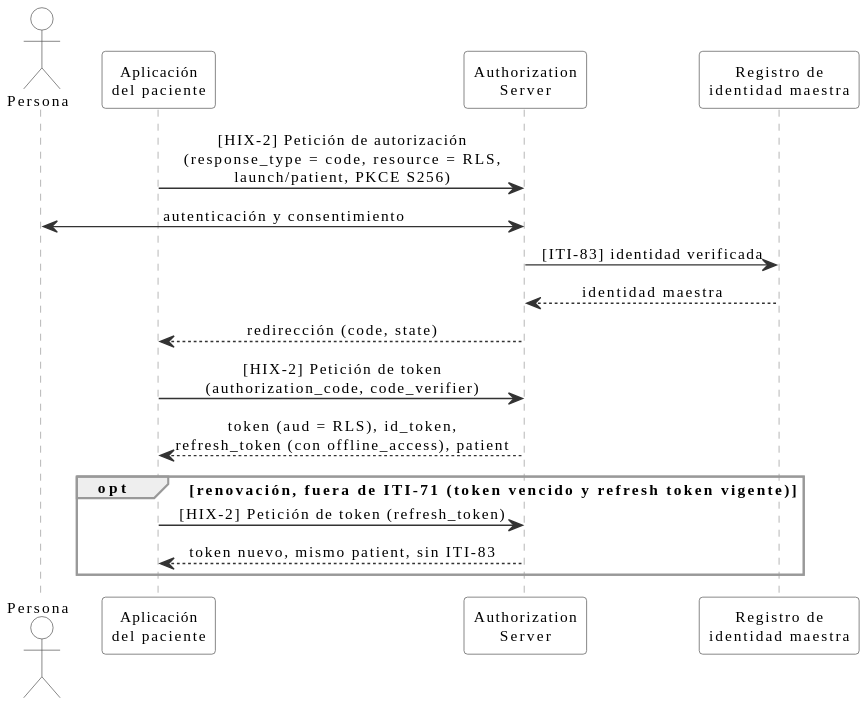
meddyg/HIX keeps this PlantUML diagram as input/images/hix-2-hix-2.svg. Above is the earlier version. Source of this version:
```plantuml
@startuml
skinparam shadowing false
skinparam defaultFontName Verdana
skinparam defaultFontSize 11
skinparam sequenceMessageAlign center
skinparam ParticipantPadding 8
skinparam sequence {
  ArrowColor #333333
  LifeLineBorderColor #999999
  ParticipantBorderColor #555555
  ParticipantBackgroundColor white
  ActorBorderColor #555555
  ActorBackgroundColor white
  GroupBorderColor #999999
}

actor "Persona" as P
participant "Aplicación\ndel paciente" as APP
participant "Authorization\nServer" as AS
participant "Registro de\nidentidad maestra" as PMIR

APP -> AS : [HIX-2] Petición de autorización\n(response_type = code, resource = RLS,\nlaunch/patient, PKCE S256)
AS <-> P : autenticación y consentimiento
AS -> PMIR : [ITI-83] identidad verificada
PMIR --> AS : identidad maestra
AS --> APP : redirección (code, state)
APP -> AS : [HIX-2] Petición de token\n(authorization_code, code_verifier)
AS --> APP : token (aud = RLS), id_token,\nrefresh_token (con offline_access), patient
opt renovación, fuera de ITI-71 (token vencido y refresh token vigente)
  APP -> AS : [HIX-2] Petición de token (refresh_token)
  AS --> APP : token nuevo, mismo patient, sin ITI-83
end
@enduml
```
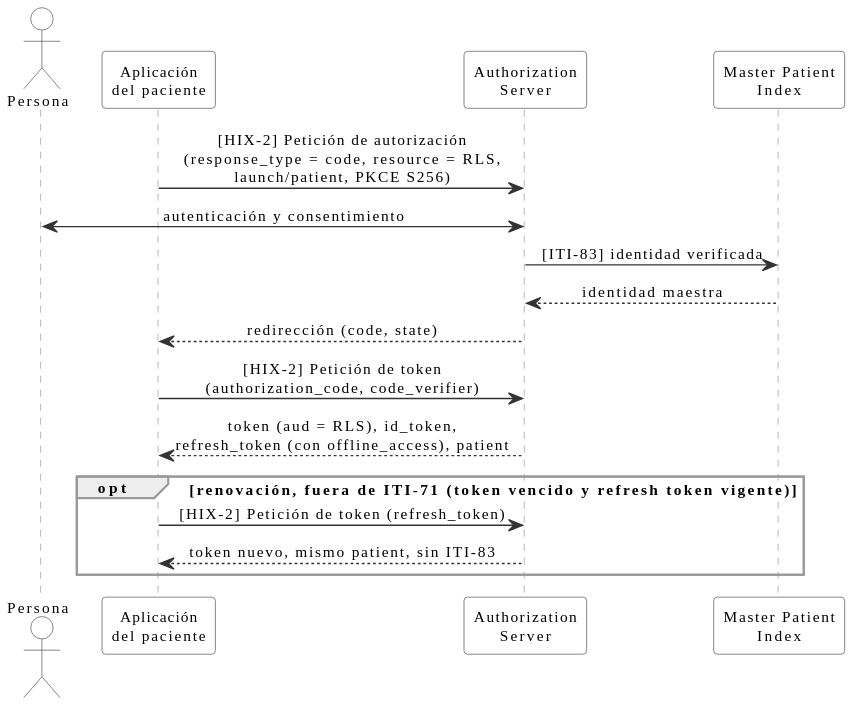
The same file after the commit.

What changed in the source:
```diff
@@ -17,7 +17,7 @@
 actor "Persona" as P
 participant "Aplicación\ndel paciente" as APP
 participant "Authorization\nServer" as AS
-participant "Registro de\nidentidad maestra" as PMIR
+participant "Master Patient\nIndex" as PMIR
 
 APP -> AS : [HIX-2] Petición de autorización\n(response_type = code, resource = RLS,\nlaunch/patient, PKCE S256)
 AS <-> P : autenticación y consentimiento
```
